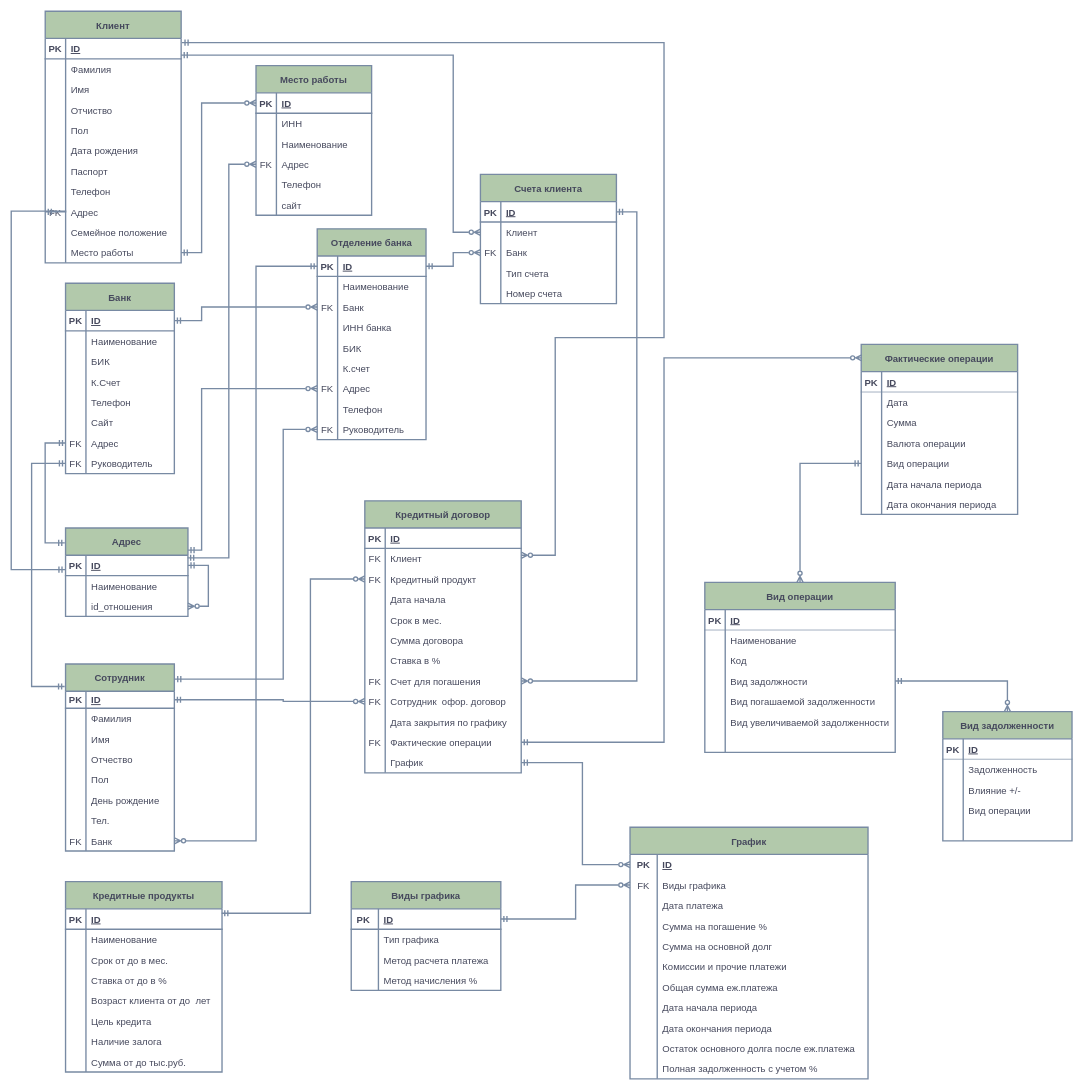
The draw.io diagram Кред_Договор_ФО.drawio in RadmirSalikhov/otushomeworks, before the edit. Source tidied: cells renumbered, new cells numbered last; positions are measured from the earlier drawing's top-left corner, leaving out a move shared by most shapes. Both pictures are drawn from the tidied source at 68%, with x=0, y=0 at pixel (11, 11).
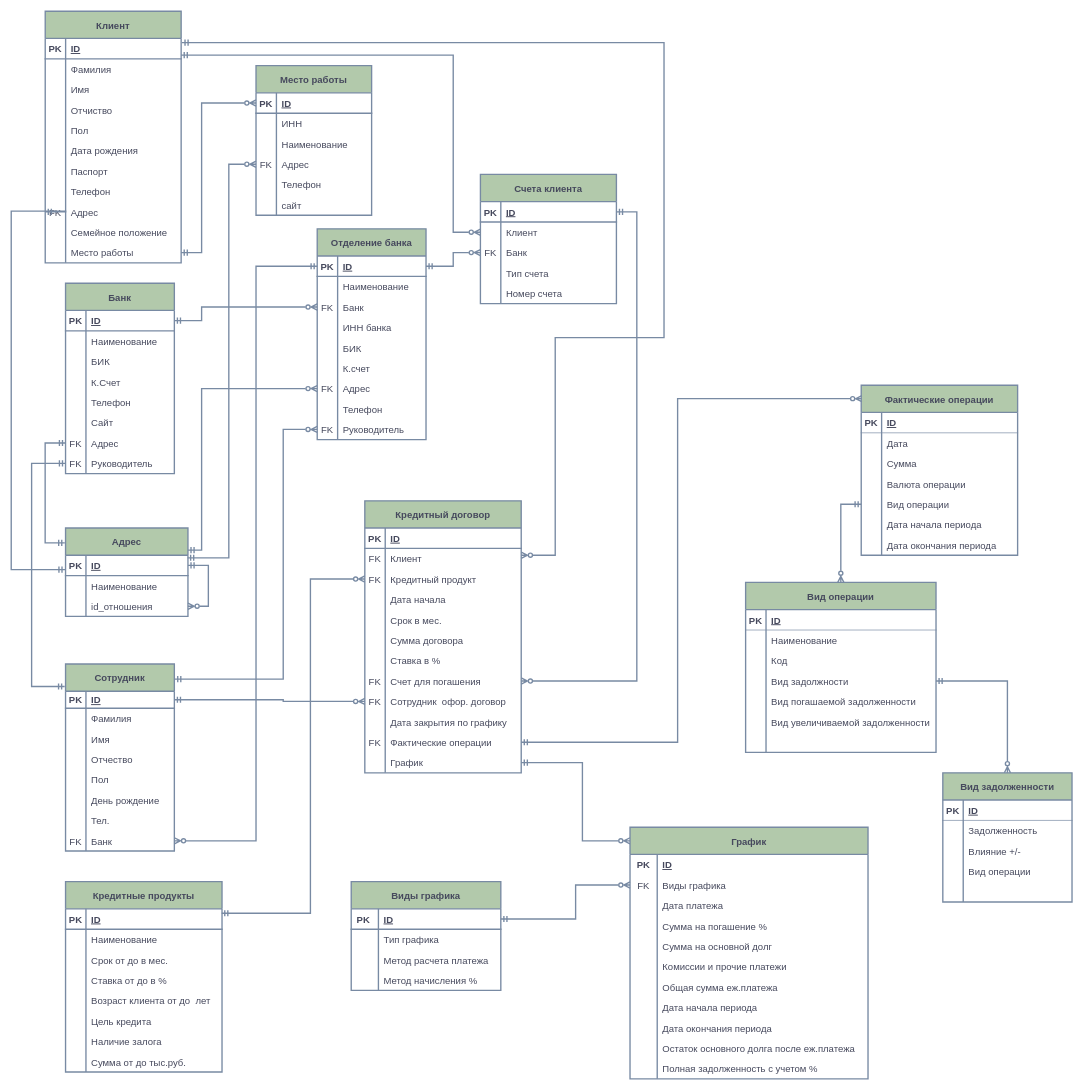
The same page after the edit.

Unchanged cells that the change refers to:
```xml
<mxCell id="197" style="shape=tableRow;horizontal=0;startSize=0;swimlaneHead=0;swimlaneBody=0;fillColor=none;points=[[0,0.5],[1,0.5]];portConstraint=eastwest;top=0;left=0;right=0;bottom=0;fontSize=14;strokeColor=#788AA3;fontColor=#46495D;strokeWidth=2;" parent="166" vertex="1">
  <mxGeometry y="340" width="230" height="30" as="geometry" />
</mxCell>
<mxCell id="200" style="shape=tableRow;horizontal=0;startSize=0;swimlaneHead=0;swimlaneBody=0;fillColor=none;points=[[0,0.5],[1,0.5]];portConstraint=eastwest;top=0;left=0;right=0;bottom=0;fontSize=14;strokeColor=#788AA3;fontColor=#46495D;strokeWidth=2;" parent="166" vertex="1">
  <mxGeometry y="370" width="230" height="30" as="geometry" />
</mxCell>
<mxCell id="291" value="График" style="shape=table;startSize=40;childLayout=tableLayout;rowLines=0;fontStyle=1;align=center;fontSize=14;fillColor=#B2C9AB;strokeColor=#788AA3;strokeWidth=2;fontColor=#46495D;" parent="1" vertex="1">
  <mxGeometry x="910" y="1200" width="350" height="370" as="geometry" />
</mxCell>
<mxCell id="292" style="shape=tableRow;horizontal=0;startSize=0;swimlaneHead=0;swimlaneBody=0;fillColor=none;points=[[0,0.5],[1,0.5]];portConstraint=eastwest;top=0;left=0;right=0;bottom=0;fontSize=14;strokeColor=#788AA3;fontColor=#46495D;" parent="291" vertex="1">
  <mxGeometry y="40" width="350" height="30" as="geometry" />
</mxCell>
```

The edit, as a diff of the source:
```diff
@@
     <mxCell id="250" value="Фактические операции" style="shape=table;startSize=40;childLayout=tableLayout;rowLines=0;fontStyle=1;align=center;fillColor=#B2C9AB;strokeColor=#788AA3;fontColor=#46495D;strokeWidth=2;fontSize=14;" parent="1" vertex="1">
-      <mxGeometry x="1250" y="490" width="230" height="250" as="geometry" />
+      <mxGeometry x="1250" y="550" width="230" height="250" as="geometry" />
     </mxCell>
@@
     <mxCell id="272" value="Вид задолженности" style="shape=table;startSize=40;childLayout=tableLayout;rowLines=0;fontStyle=1;align=center;fillColor=#B2C9AB;strokeColor=#788AA3;fontColor=#46495D;strokeWidth=2;fontSize=14;" parent="1" vertex="1">
-      <mxGeometry x="1370" y="1030" width="190" height="190" as="geometry" />
+      <mxGeometry x="1370" y="1120" width="190" height="190" as="geometry" />
     </mxCell>
@@
     <mxCell id="288" style="edgeStyle=orthogonalEdgeStyle;rounded=0;jettySize=auto;html=1;startArrow=ERzeroToMany;startFill=0;endArrow=ERmandOne;endFill=0;strokeWidth=2;strokeColor=#788AA3;fontColor=#46495D;fontSize=14;exitX=0.004;exitY=0.079;exitDx=0;exitDy=0;exitPerimeter=0;" parent="1" edge="1" source="250" target="197">
       <mxGeometry relative="1" as="geometry">
         <Array as="points">
-          <mxPoint x="960" y="510" />
-          <mxPoint x="960" y="1075" />
+          <mxPoint x="980" y="570" />
+          <mxPoint x="980" y="1075" />
         </Array>
       </mxGeometry>
     </mxCell>
@@
-    <mxCell id="290" style="edgeStyle=orthogonalEdgeStyle;rounded=0;jettySize=auto;html=1;startArrow=ERmandOne;startFill=0;endArrow=ERzeroToMany;endFill=0;strokeColor=#788AA3;strokeWidth=2;entryX=0;entryY=0.5;entryDx=0;entryDy=0;fontSize=14;" parent="1" edge="1" source="200" target="292">
+    <mxCell id="290" style="edgeStyle=orthogonalEdgeStyle;rounded=0;jettySize=auto;html=1;startArrow=ERmandOne;startFill=0;endArrow=ERzeroToMany;endFill=0;strokeColor=#788AA3;strokeWidth=2;fontSize=14;" parent="1" edge="1" source="200" target="291">
       <mxGeometry relative="1" as="geometry">
         <Array as="points">
           <mxPoint x="840" y="1105" />
-          <mxPoint x="840" y="1255" />
+          <mxPoint x="840" y="1220" />
         </Array>
       </mxGeometry>
     </mxCell>
@@
     <mxCell id="325" value="Вид операции" style="shape=table;startSize=40;childLayout=tableLayout;rowLines=0;fontStyle=1;align=center;fillColor=#B2C9AB;strokeColor=#788AA3;fontColor=#46495D;strokeWidth=2;fontSize=14;" parent="1" vertex="1">
-      <mxGeometry x="1020" y="840" width="280" height="250" as="geometry" />
+      <mxGeometry x="1080" y="840" width="280" height="250" as="geometry" />
     </mxCell>
```
